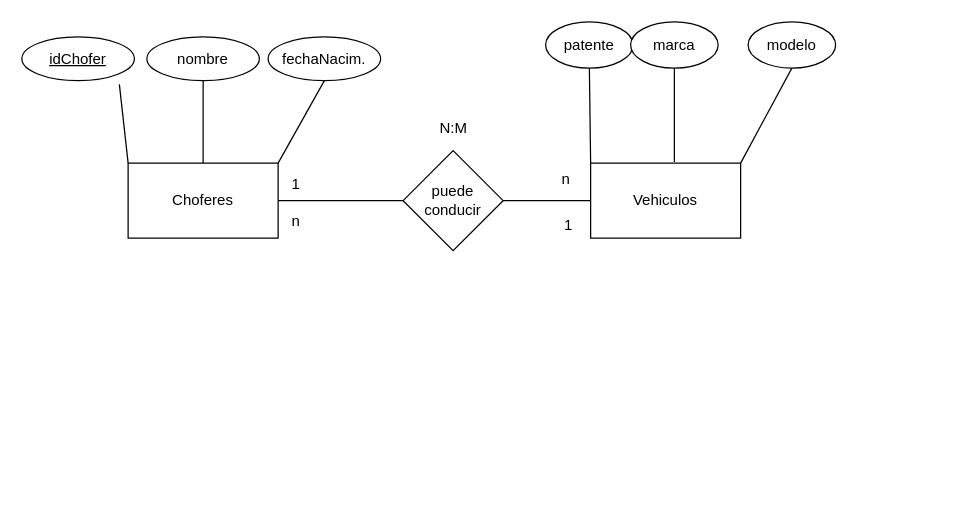
The draw.io diagram BDClaseUno.drawio in jesicaacosta/PracticasAutocadMedios1, before the edit. Source tidied: cells renumbered, new cells numbered last; positions are measured from the earlier drawing's top-left corner, leaving out a move shared by most shapes. Both pictures are drawn from the tidied source at 125%, with x=0, y=0 at pixel (21, 21).
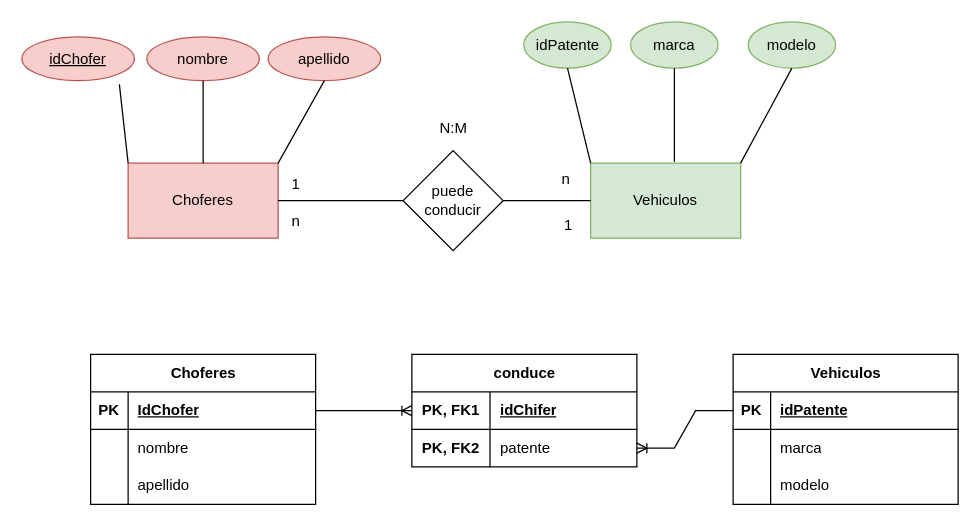
The same page after the edit.

The edit, as a diff of the source:
```diff
@@
-    <mxCell id="2" value="Choferes" style="rounded=0;whiteSpace=wrap;html=1;" parent="1" vertex="1">
+    <mxCell id="2" value="Choferes" style="rounded=0;whiteSpace=wrap;html=1;fillColor=#f8cecc;strokeColor=#b85450;" parent="1" vertex="1">
       <mxGeometry x="85" y="113" width="120" height="60" as="geometry" />
     </mxCell>
-    <mxCell id="3" value="Vehiculos" style="rounded=0;whiteSpace=wrap;html=1;" parent="1" vertex="1">
+    <mxCell id="3" value="Vehiculos" style="rounded=0;whiteSpace=wrap;html=1;fillColor=#d5e8d4;strokeColor=#82b366;" parent="1" vertex="1">
       <mxGeometry x="455" y="113" width="120" height="60" as="geometry" />
     </mxCell>
-    <mxCell id="4" value="&lt;u&gt;idChofer&lt;/u&gt;" style="ellipse;whiteSpace=wrap;html=1;" parent="1" vertex="1">
+    <mxCell id="4" value="&lt;u&gt;idChofer&lt;/u&gt;" style="ellipse;whiteSpace=wrap;html=1;fillColor=#f8cecc;strokeColor=#b85450;" parent="1" vertex="1">
       <mxGeometry y="12" width="90" height="35" as="geometry" />
     </mxCell>
-    <mxCell id="5" value="nombre" style="ellipse;whiteSpace=wrap;html=1;" parent="1" vertex="1">
+    <mxCell id="5" value="nombre" style="ellipse;whiteSpace=wrap;html=1;fillColor=#f8cecc;strokeColor=#b85450;" parent="1" vertex="1">
       <mxGeometry x="100" y="12" width="90" height="35" as="geometry" />
     </mxCell>
-    <mxCell id="6" value="fechaNacim." style="ellipse;whiteSpace=wrap;html=1;" parent="1" vertex="1">
+    <mxCell id="6" value="apellido" style="ellipse;whiteSpace=wrap;html=1;fillColor=#f8cecc;strokeColor=#b85450;" parent="1" vertex="1">
       <mxGeometry x="197" y="12" width="90" height="35" as="geometry" />
     </mxCell>
@@
-    <mxCell id="10" value="patente" style="ellipse;whiteSpace=wrap;html=1;" parent="1" vertex="1">
-      <mxGeometry x="419" width="70" height="37" as="geometry" />
+    <mxCell id="10" value="idPatente" style="ellipse;whiteSpace=wrap;html=1;fillColor=#d5e8d4;strokeColor=#82b366;" parent="1" vertex="1">
+      <mxGeometry x="401.5" width="70" height="37" as="geometry" />
     </mxCell>
@@
-    <mxCell id="12" value="marca" style="ellipse;whiteSpace=wrap;html=1;" parent="1" vertex="1">
+    <mxCell id="12" value="marca" style="ellipse;whiteSpace=wrap;html=1;fillColor=#d5e8d4;strokeColor=#82b366;" parent="1" vertex="1">
       <mxGeometry x="487" width="70" height="37" as="geometry" />
     </mxCell>
-    <mxCell id="13" value="modelo" style="ellipse;whiteSpace=wrap;html=1;" parent="1" vertex="1">
+    <mxCell id="13" value="modelo" style="ellipse;whiteSpace=wrap;html=1;fillColor=#d5e8d4;strokeColor=#82b366;" parent="1" vertex="1">
       <mxGeometry x="581" width="70" height="37" as="geometry" />
     </mxCell>
@@
+    <mxCell id="24" value="Choferes" style="shape=table;startSize=30;childLayout=tableLayout;rowLines=0;fontStyle=1;align=center;html=1;" parent="1" vertex="1">
+      <mxGeometry x="55" y="266" width="180" height="120" as="geometry" />
+    </mxCell>
+    <mxCell id="25" style="shape=tableRow;horizontal=0;startSize=0;swimlaneHead=0;swimlaneBody=0;fillColor=none;points=[[0,0.5],[1,0.5]];portConstraint=eastwest;top=0;left=0;right=0;bottom=1;" parent="24" vertex="1">
+      <mxGeometry y="30" width="180" height="30" as="geometry" />
+    </mxCell>
+    <mxCell id="26" value="PK" style="shape=partialRectangle;fillColor=none;top=0;left=0;bottom=0;right=0;fontStyle=1;overflow=hidden;whiteSpace=wrap;html=1;" parent="25" vertex="1">
+      <mxGeometry width="30" height="30" as="geometry" />
+    </mxCell>
+    <mxCell id="27" value="IdChofer" style="shape=partialRectangle;fillColor=none;top=0;left=0;bottom=0;right=0;align=left;spacingLeft=6;fontStyle=5;overflow=hidden;whiteSpace=wrap;html=1;" parent="25" vertex="1">
+      <mxGeometry x="30" width="150" height="30" as="geometry" />
+    </mxCell>
+    <mxCell id="28" style="shape=tableRow;horizontal=0;startSize=0;swimlaneHead=0;swimlaneBody=0;fillColor=none;top=0;left=0;right=0;bottom=0;" parent="24" vertex="1">
+      <mxGeometry y="60" width="180" height="30" as="geometry" />
+    </mxCell>
+    <mxCell id="29" style="shape=partialRectangle;fillColor=none;top=0;left=0;bottom=0;right=0;overflow=hidden;whiteSpace=wrap;html=1;" parent="28" vertex="1">
+      <mxGeometry width="30" height="30" as="geometry" />
+    </mxCell>
+    <mxCell id="30" value="nombre&lt;span style=&quot;white-space: pre;&quot;&gt;&#9;&lt;/span&gt;" style="shape=partialRectangle;fillColor=none;top=0;left=0;bottom=0;right=0;align=left;spacingLeft=6;overflow=hidden;whiteSpace=wrap;html=1;" parent="28" vertex="1">
+      <mxGeometry x="30" width="150" height="30" as="geometry" />
+    </mxCell>
+    <mxCell id="31" style="shape=tableRow;horizontal=0;startSize=0;swimlaneHead=0;swimlaneBody=0;fillColor=none;top=0;left=0;right=0;bottom=0;" parent="24" vertex="1">
+      <mxGeometry y="90" width="180" height="30" as="geometry" />
+    </mxCell>
+    <mxCell id="32" style="shape=partialRectangle;fillColor=none;top=0;left=0;bottom=0;right=0;overflow=hidden;whiteSpace=wrap;html=1;" parent="31" vertex="1">
+      <mxGeometry width="30" height="30" as="geometry" />
+    </mxCell>
+    <mxCell id="33" value="apellido" style="shape=partialRectangle;fillColor=none;top=0;left=0;bottom=0;right=0;align=left;spacingLeft=6;overflow=hidden;whiteSpace=wrap;html=1;" parent="31" vertex="1">
+      <mxGeometry x="30" width="150" height="30" as="geometry" />
+    </mxCell>
+    <mxCell id="34" value="conduce" style="shape=table;startSize=30;childLayout=tableLayout;rowLines=0;fontStyle=1;align=center;html=1;" parent="1" vertex="1">
+      <mxGeometry x="312" y="266" width="180" height="90" as="geometry" />
+    </mxCell>
+    <mxCell id="35" style="shape=tableRow;horizontal=0;startSize=0;swimlaneHead=0;swimlaneBody=0;fillColor=none;points=[[0,0.5],[1,0.5]];portConstraint=eastwest;top=0;left=0;right=0;bottom=1;" parent="34" vertex="1">
+      <mxGeometry y="30" width="180" height="30" as="geometry" />
+    </mxCell>
+    <mxCell id="36" value="PK, FK1" style="shape=partialRectangle;fillColor=none;top=0;left=0;bottom=0;right=0;fontStyle=1;overflow=hidden;whiteSpace=wrap;html=1;" parent="35" vertex="1">
+      <mxGeometry width="62.5" height="30" as="geometry" />
+    </mxCell>
+    <mxCell id="37" value="idChifer" style="shape=partialRectangle;fillColor=none;top=0;left=0;bottom=0;right=0;align=left;spacingLeft=6;fontStyle=5;overflow=hidden;whiteSpace=wrap;html=1;" parent="35" vertex="1">
+      <mxGeometry x="62.5" width="117.5" height="30" as="geometry" />
+    </mxCell>
+    <mxCell id="38" style="shape=tableRow;horizontal=0;startSize=0;swimlaneHead=0;swimlaneBody=0;fillColor=none;points=[[0,0.5],[1,0.5]];portConstraint=eastwest;top=0;left=0;right=0;bottom=0;" parent="34" vertex="1">
+      <mxGeometry y="60" width="180" height="30" as="geometry" />
+    </mxCell>
+    <mxCell id="39" value="&lt;b&gt;PK, FK2&lt;/b&gt;" style="shape=partialRectangle;fillColor=none;top=0;left=0;bottom=0;right=0;overflow=hidden;whiteSpace=wrap;html=1;" parent="38" vertex="1">
+      <mxGeometry width="62.5" height="30" as="geometry" />
+    </mxCell>
+    <mxCell id="40" value="patente" style="shape=partialRectangle;fillColor=none;top=0;left=0;bottom=0;right=0;align=left;spacingLeft=6;overflow=hidden;whiteSpace=wrap;html=1;" parent="38" vertex="1">
+      <mxGeometry x="62.5" width="117.5" height="30" as="geometry" />
+    </mxCell>
+    <mxCell id="41" value="Vehiculos" style="shape=table;startSize=30;childLayout=tableLayout;rowLines=0;fontStyle=1;align=center;html=1;" parent="1" vertex="1">
+      <mxGeometry x="569" y="266" width="180" height="120" as="geometry" />
+    </mxCell>
+    <mxCell id="42" style="shape=tableRow;horizontal=0;startSize=0;swimlaneHead=0;swimlaneBody=0;fillColor=none;points=[[0,0.5],[1,0.5]];portConstraint=eastwest;top=0;left=0;right=0;bottom=1;" parent="41" vertex="1">
+      <mxGeometry y="30" width="180" height="30" as="geometry" />
+    </mxCell>
+    <mxCell id="43" value="PK" style="shape=partialRectangle;fillColor=none;top=0;left=0;bottom=0;right=0;fontStyle=1;overflow=hidden;whiteSpace=wrap;html=1;" parent="42" vertex="1">
+      <mxGeometry width="30" height="30" as="geometry" />
+    </mxCell>
+    <mxCell id="44" value="idPatente" style="shape=partialRectangle;fillColor=none;top=0;left=0;bottom=0;right=0;align=left;spacingLeft=6;fontStyle=5;overflow=hidden;whiteSpace=wrap;html=1;" parent="42" vertex="1">
+      <mxGeometry x="30" width="150" height="30" as="geometry" />
+    </mxCell>
+    <mxCell id="45" style="shape=tableRow;horizontal=0;startSize=0;swimlaneHead=0;swimlaneBody=0;fillColor=none;top=0;left=0;right=0;bottom=0;" parent="41" vertex="1">
+      <mxGeometry y="60" width="180" height="30" as="geometry" />
+    </mxCell>
+    <mxCell id="46" style="shape=partialRectangle;fillColor=none;top=0;left=0;bottom=0;right=0;overflow=hidden;whiteSpace=wrap;html=1;" parent="45" vertex="1">
+      <mxGeometry width="30" height="30" as="geometry" />
+    </mxCell>
+    <mxCell id="47" value="marca" style="shape=partialRectangle;fillColor=none;top=0;left=0;bottom=0;right=0;align=left;spacingLeft=6;overflow=hidden;whiteSpace=wrap;html=1;" parent="45" vertex="1">
+      <mxGeometry x="30" width="150" height="30" as="geometry" />
+    </mxCell>
+    <mxCell id="48" style="shape=tableRow;horizontal=0;startSize=0;swimlaneHead=0;swimlaneBody=0;fillColor=none;top=0;left=0;right=0;bottom=0;" parent="41" vertex="1">
+      <mxGeometry y="90" width="180" height="30" as="geometry" />
+    </mxCell>
+    <mxCell id="49" style="shape=partialRectangle;fillColor=none;top=0;left=0;bottom=0;right=0;overflow=hidden;whiteSpace=wrap;html=1;" parent="48" vertex="1">
+      <mxGeometry width="30" height="30" as="geometry" />
+    </mxCell>
+    <mxCell id="50" value="modelo" style="shape=partialRectangle;fillColor=none;top=0;left=0;bottom=0;right=0;align=left;spacingLeft=6;overflow=hidden;whiteSpace=wrap;html=1;" parent="48" vertex="1">
+      <mxGeometry x="30" width="150" height="30" as="geometry" />
+    </mxCell>
+    <mxCell id="51" style="edgeStyle=entityRelationEdgeStyle;fontSize=12;html=1;endArrow=ERoneToMany;rounded=0;exitX=1;exitY=0.5;exitDx=0;exitDy=0;entryX=0;entryY=0.5;entryDx=0;entryDy=0;" parent="1" edge="1" source="25" target="35">
+      <mxGeometry relative="1" as="geometry">
+        <Array as="points">
+          <mxPoint x="300" y="311" />
+        </Array>
+      </mxGeometry>
+    </mxCell>
+    <mxCell id="52" style="edgeStyle=entityRelationEdgeStyle;fontSize=12;html=1;endArrow=ERoneToMany;rounded=0;exitX=0;exitY=0.5;exitDx=0;exitDy=0;entryX=1;entryY=0.5;entryDx=0;entryDy=0;" parent="1" edge="1" source="42" target="38">
+      <mxGeometry relative="1" as="geometry">
+        <Array as="points">
+          <mxPoint x="536.5" y="471" />
+        </Array>
+      </mxGeometry>
+    </mxCell>
```
